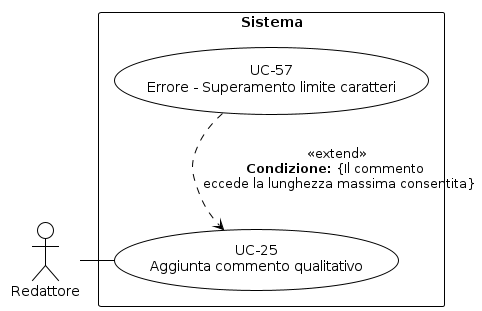
The PlantUML diagram RTB/Analisi dei Requisiti/diagrammi_use_case/UC-25.png in aLittleByte-19/Documentazione, before a commit.
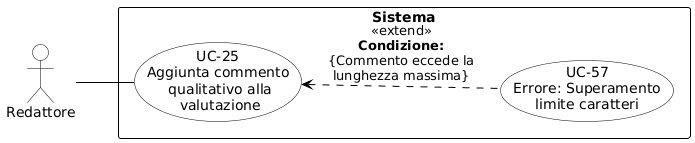
Later version of the same file.

What changed in the source:
```diff
@@ -1,23 +1,32 @@
 @startuml
-!theme plain
+skinparam shadowing false
+skinparam defaultFontName Arial
+left to right direction
+skinparam nodesep 15
+skinparam ranksep 50
+
 skinparam usecase {
-  BackgroundColor white
-  BorderColor black
+    BackgroundColor white
+    BorderColor black
+    ArrowColor black
 }
 skinparam actor {
-  BackgroundColor white
-  BorderColor black
+    BackgroundColor white
+    BorderColor black
 }
 skinparam rectangle {
-  BackgroundColor white
-  BorderColor black
+    BorderColor black
+    FontStyle bold
 }
-top to bottom direction
+
 actor "Redattore" as R
+
 rectangle "Sistema" {
-  usecase "UC-25\nAggiunta commento qualitativo" as UC25
-  usecase "UC-57\nErrore - Superamento limite caratteri" as UC57
-  R - UC25
-  UC57 ..> UC25 : <<extend>>\n**Condizione:** {Il commento \n eccede la lunghezza massima consentita}
+    usecase "UC-25\nAggiunta commento\n qualitativo alla\n valutazione" as UC25
+    usecase "UC-57\nErrore: Superamento\nlimite caratteri" as UC57
+
+    UC25 <.. UC57 : <<extend>>\n**Condizione:**\n{Commento eccede la\nlunghezza massima}
 }
+
+R -- UC25
 @enduml
```
